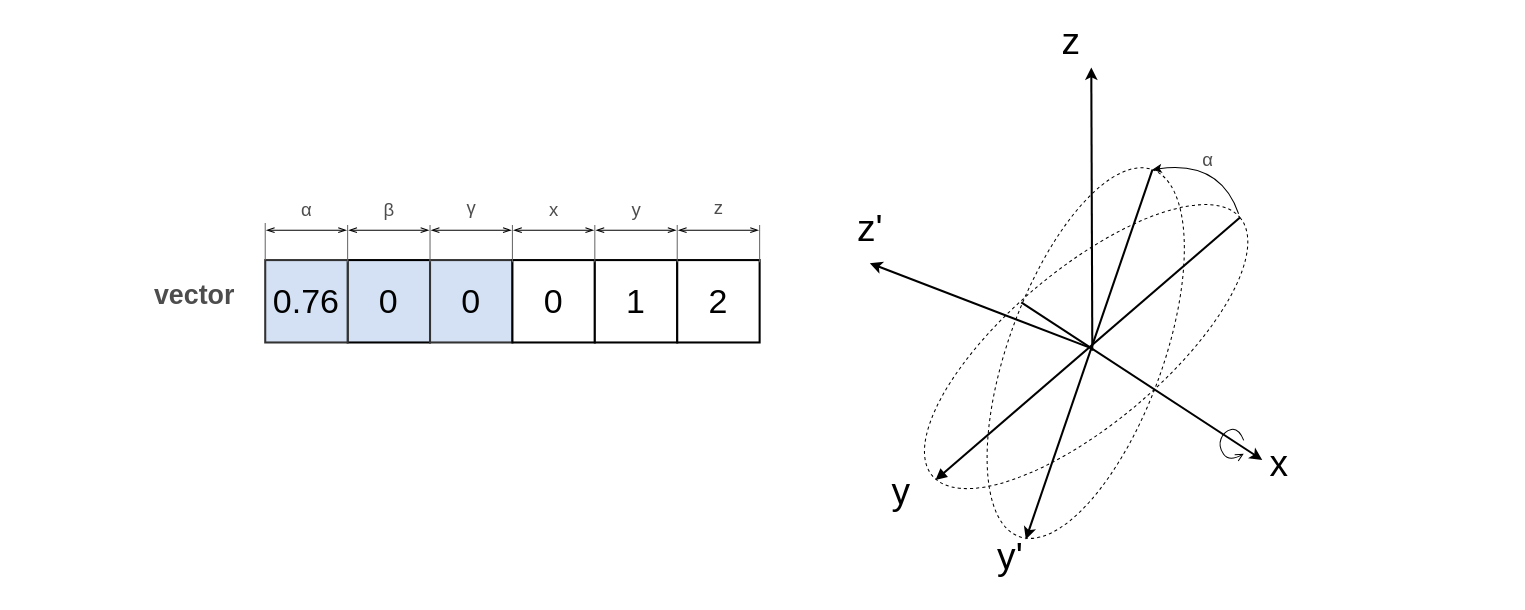
Before: page "EulerTransformation" (16 of 18) of doc/img/MathModels.drawio in Wandalen/wMathModels, a draw.io diagram. Source tidied: cells renumbered, new cells numbered last; positions are measured from the earlier drawing's top-left corner, leaving out a move shared by most shapes. Both pictures are drawn from the tidied source at 103%, with x=0, y=0 at pixel (18, 26).
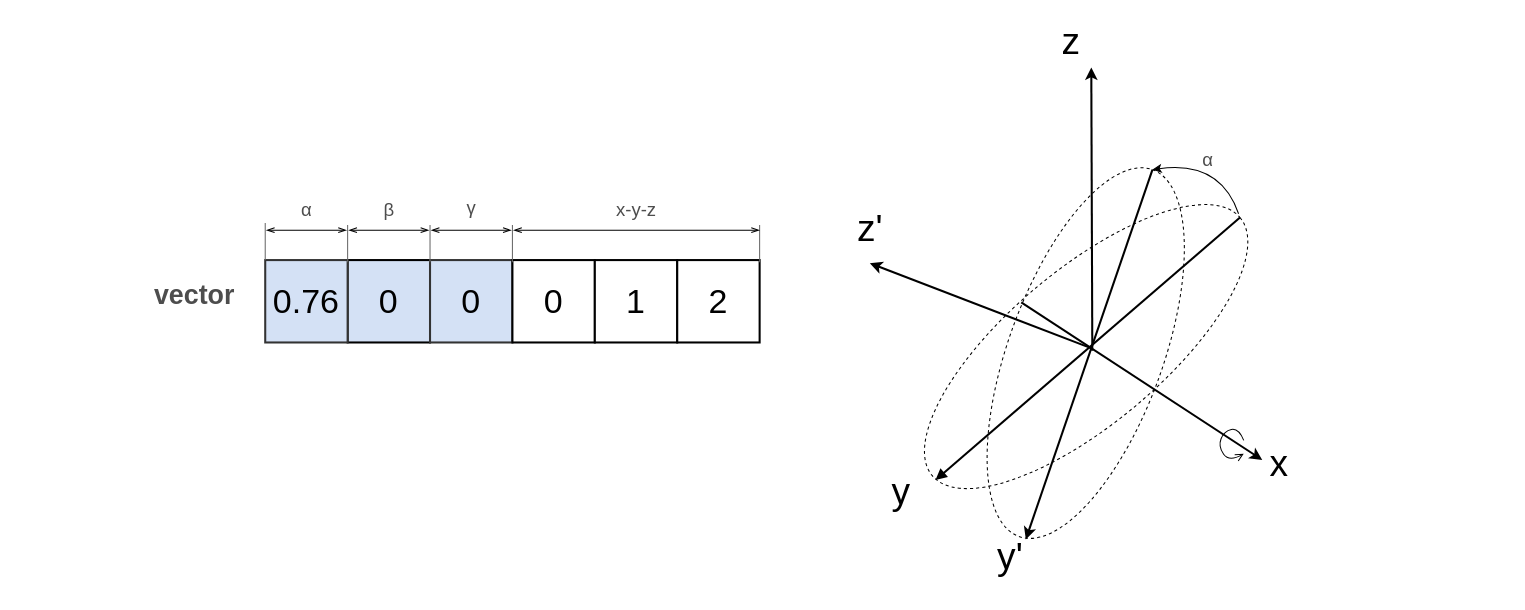
The same page after the edit.

What changed in the source:
```diff
@@
-    <mxCell id="35" value="x" style="text;html=1;align=center;verticalAlign=middle;fontSize=18;fontColor=#4D4D4D;" parent="1" vertex="1">
-      <mxGeometry x="505" y="164" width="30" height="30" as="geometry" />
-    </mxCell>
-    <mxCell id="36" style="endArrow=openThin;startArrow=openThin;html=1;strokeColor=#000000;strokeWidth=1;fontSize=26;fontColor=#333333;startFill=0;endFill=0;" parent="1" edge="1">
-      <mxGeometry relative="1" as="geometry">
-        <mxPoint x="641" y="198" as="sourcePoint" />
-        <mxPoint x="719" y="198" as="targetPoint" />
-      </mxGeometry>
-    </mxCell>
@@
-    <mxCell id="38" style="endArrow=openThin;startArrow=openThin;html=1;strokeColor=#000000;strokeWidth=1;fontSize=26;fontColor=#333333;startFill=0;endFill=0;" parent="1" edge="1">
-      <mxGeometry relative="1" as="geometry">
-        <mxPoint x="561" y="198" as="sourcePoint" />
-        <mxPoint x="639" y="198" as="targetPoint" />
-      </mxGeometry>
-    </mxCell>
-    <mxCell id="39" style="endArrow=none;html=1;strokeColor=#666666;strokeWidth=1;fontSize=26;fontColor=#333333;exitX=0;exitY=0;exitDx=0;exitDy=0;" parent="1" edge="1">
-      <mxGeometry relative="1" as="geometry">
-        <mxPoint x="640" y="229" as="sourcePoint" />
-        <mxPoint x="640" y="193" as="targetPoint" />
-      </mxGeometry>
-    </mxCell>
     <mxCell id="40" style="endArrow=openThin;startArrow=openThin;html=1;strokeColor=#000000;strokeWidth=1;fontSize=26;fontColor=#333333;startFill=0;endFill=0;" parent="1" edge="1">
       <mxGeometry relative="1" as="geometry">
         <mxPoint x="481" y="198" as="sourcePoint" />
-        <mxPoint x="559" y="198" as="targetPoint" />
+        <mxPoint x="720" y="198" as="targetPoint" />
       </mxGeometry>
     </mxCell>
-    <mxCell id="41" style="endArrow=none;html=1;strokeColor=#666666;strokeWidth=1;fontSize=26;fontColor=#333333;exitX=0;exitY=0;exitDx=0;exitDy=0;" parent="1" edge="1">
-      <mxGeometry relative="1" as="geometry">
-        <mxPoint x="560" y="229" as="sourcePoint" />
-        <mxPoint x="560" y="193" as="targetPoint" />
-      </mxGeometry>
-    </mxCell>
-    <mxCell id="42" value="y" style="text;html=1;align=center;verticalAlign=middle;fontSize=18;fontColor=#4D4D4D;" parent="1" vertex="1">
-      <mxGeometry x="585" y="163.5" width="30" height="30" as="geometry" />
+    <mxCell id="42" value="x-y-z" style="text;html=1;align=center;verticalAlign=middle;fontSize=18;fontColor=#4D4D4D;" parent="1" vertex="1">
+      <mxGeometry x="570" y="163.5" width="60" height="30" as="geometry" />
     </mxCell>
-    <mxCell id="43" value="z" style="text;html=1;align=center;verticalAlign=middle;fontSize=18;fontColor=#4D4D4D;" parent="1" vertex="1">
-      <mxGeometry x="670" y="162" width="20" height="30" as="geometry" />
-    </mxCell>
```
